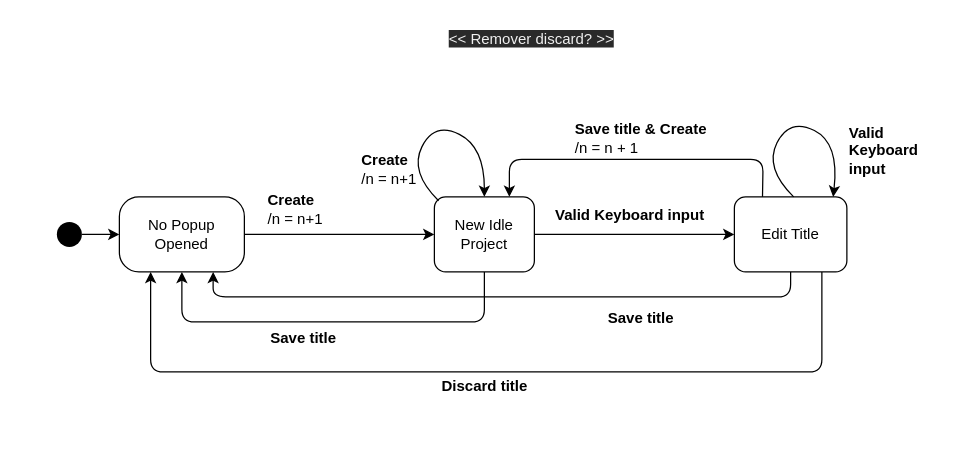
This is docs/04_assignment/schema/01_create_project/01_state_machine.drawio from Jumaruba/jtimesched, a draw.io file, before an edit. Source tidied: cells renumbered, new cells numbered last; positions are measured from the earlier drawing's top-left corner, leaving out a move shared by most shapes. Both pictures are drawn from the tidied source at 125%, with x=0, y=0 at pixel (40, 21).
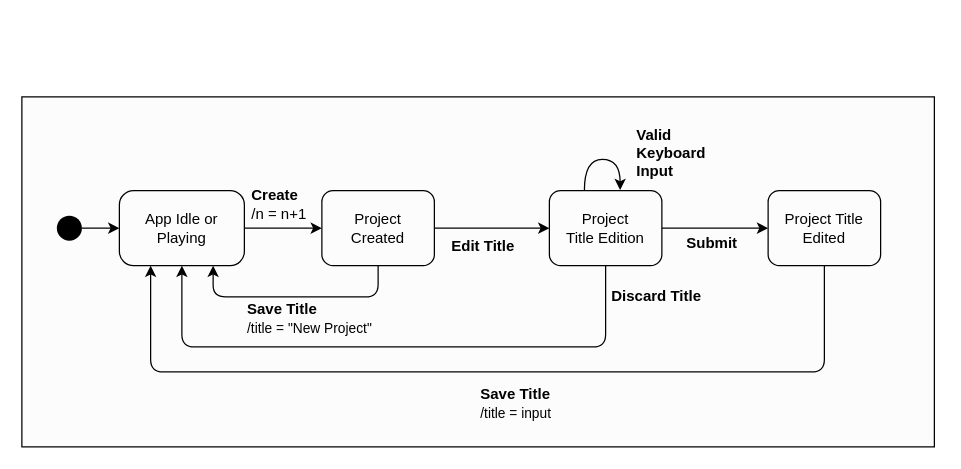
After the change.

The edit, as a diff of the source:
```diff
@@
-    <mxCell id="2" style="rounded=0;whiteSpace=wrap;html=1;fillColor=#FFFFFF;strokeColor=none;strokeWidth=0;" parent="1" vertex="1">
-      <mxGeometry y="60" width="720" height="250" as="geometry" />
-    </mxCell>
+    <mxCell id="25" style="rounded=0;whiteSpace=wrap;html=1;fillColor=#FCFCFC;" parent="1" vertex="1">
+      <mxGeometry x="-15" y="60" width="730" height="280" as="geometry" />
+    </mxCell>
-    <mxCell id="3" style="edgeStyle=none;html=1;fontColor=#000000;labelBorderColor=none;strokeColor=#000000;" parent="1" edge="1" source="13" target="6">
+    <mxCell id="3" style="edgeStyle=none;html=1;fontColor=#000000;labelBorderColor=none;strokeColor=#000000;" parent="1" edge="1" source="13" target="24">
       <mxGeometry relative="1" as="geometry" />
     </mxCell>
-    <mxCell id="4" style="edgeStyle=none;html=1;fontColor=#000000;labelBorderColor=none;strokeColor=#000000;" parent="1" edge="1" source="6" target="9">
-      <mxGeometry relative="1" as="geometry" />
-    </mxCell>
-    <mxCell id="5" style="edgeStyle=none;html=1;exitX=0.5;exitY=1;exitDx=0;exitDy=0;entryX=0.5;entryY=1;entryDx=0;entryDy=0;fontColor=#000000;labelBorderColor=none;strokeColor=#000000;" parent="1" edge="1" source="6" target="13">
-      <mxGeometry relative="1" as="geometry">
-        <Array as="points">
-          <mxPoint x="355" y="240" />
-          <mxPoint x="113" y="240" />
-        </Array>
-      </mxGeometry>
-    </mxCell>
-    <mxCell id="6" value="New Idle&lt;br&gt;Project" style="rounded=1;whiteSpace=wrap;html=1;fillColor=none;fontColor=#000000;strokeColor=#000000;" parent="1" vertex="1">
-      <mxGeometry x="315" y="140" width="80" height="60" as="geometry" />
-    </mxCell>
-    <mxCell id="7" style="edgeStyle=none;html=1;exitX=0.5;exitY=1;exitDx=0;exitDy=0;entryX=0.75;entryY=1;entryDx=0;entryDy=0;fontColor=#000000;labelBorderColor=none;strokeColor=#000000;" parent="1" edge="1" source="9" target="13">
-      <mxGeometry relative="1" as="geometry">
-        <Array as="points">
-          <mxPoint x="600" y="220" />
-          <mxPoint x="138" y="220" />
-        </Array>
-      </mxGeometry>
-    </mxCell>
-    <mxCell id="8" style="edgeStyle=none;html=1;exitX=0.25;exitY=0;exitDx=0;exitDy=0;entryX=0.75;entryY=0;entryDx=0;entryDy=0;fontColor=#000000;labelBorderColor=none;strokeColor=#000000;" parent="1" edge="1" source="9" target="6">
-      <mxGeometry relative="1" as="geometry">
-        <Array as="points">
-          <mxPoint x="578" y="110" />
-          <mxPoint x="375" y="110" />
-        </Array>
-      </mxGeometry>
-    </mxCell>
-    <mxCell id="9" value="Edit Title" style="rounded=1;whiteSpace=wrap;html=1;fillColor=none;fontColor=#000000;strokeColor=#000000;" parent="1" vertex="1">
-      <mxGeometry x="555" y="140" width="90" height="60" as="geometry" />
-    </mxCell>
-    <mxCell id="10" value="&lt;b&gt;Create&lt;/b&gt;&lt;br&gt;/n = n+1" style="text;html=1;align=left;verticalAlign=middle;strokeColor=none;fillColor=none;fontColor=#000000;" parent="1" vertex="1">
-      <mxGeometry x="180" y="135" width="60" height="30" as="geometry" />
-    </mxCell>
-    <mxCell id="11" value="&lt;b&gt;Valid Keyboard input&lt;/b&gt;" style="text;html=1;align=left;verticalAlign=middle;strokeColor=none;fillColor=none;fontColor=#000000;" parent="1" vertex="1">
-      <mxGeometry x="410" y="145" width="130" height="20" as="geometry" />
-    </mxCell>
-    <mxCell id="12" value="&lt;div style=&quot;text-align: left&quot;&gt;&lt;b&gt;Save title&lt;/b&gt;&lt;/div&gt;" style="text;html=1;align=center;verticalAlign=middle;strokeColor=none;fillColor=none;fontColor=#000000;" parent="1" vertex="1">
-      <mxGeometry x="445" y="227" width="70" height="20" as="geometry" />
-    </mxCell>
-    <mxCell id="13" value="No Popup Opened" style="rounded=1;whiteSpace=wrap;html=1;arcSize=26;fillColor=none;fontColor=#000000;strokeColor=#000000;" parent="1" vertex="1">
-      <mxGeometry x="63" y="140" width="100" height="60" as="geometry" />
+    <mxCell id="13" value="App Idle or Playing" style="rounded=1;whiteSpace=wrap;html=1;arcSize=19;fillColor=none;fontColor=#000000;strokeColor=#000000;" parent="1" vertex="1">
+      <mxGeometry x="63" y="135" width="100" height="60" as="geometry" />
     </mxCell>
@@
     <mxCell id="15" style="ellipse;fillColor=#000000;strokeColor=none;fontColor=#000000;" parent="1" vertex="1">
-      <mxGeometry x="13" y="160" width="20" height="20" as="geometry" />
+      <mxGeometry x="13" y="155" width="20" height="20" as="geometry" />
     </mxCell>
-    <mxCell id="16" style="curved=1;endArrow=classic;html=1;exitX=0.042;exitY=0.051;exitDx=0;exitDy=0;entryX=0.5;entryY=0;entryDx=0;entryDy=0;exitPerimeter=0;fontColor=#000000;labelBorderColor=none;strokeColor=#000000;" parent="1" edge="1" source="6" target="6">
-      <mxGeometry relative="1" as="geometry">
-        <Array as="points">
-          <mxPoint x="295" y="120" />
-          <mxPoint x="315" y="80" />
-          <mxPoint x="355" y="100" />
-        </Array>
-      </mxGeometry>
-    </mxCell>
     <mxCell id="17" value="&lt;b&gt;Create&lt;/b&gt;&lt;br&gt;&lt;div&gt;&lt;span&gt;/n = n+1&amp;nbsp;&lt;/span&gt;&lt;/div&gt;" style="text;html=1;align=left;verticalAlign=middle;strokeColor=none;fillColor=none;fontColor=#000000;" parent="1" vertex="1">
-      <mxGeometry x="255" y="103" width="60" height="30" as="geometry" />
+      <mxGeometry x="167" y="131" width="60" height="30" as="geometry" />
     </mxCell>
-    <mxCell id="18" value="&lt;div style=&quot;text-align: left&quot;&gt;&lt;b&gt;Save title&lt;/b&gt;&lt;/div&gt;" style="text;html=1;align=center;verticalAlign=middle;strokeColor=none;fillColor=none;fontColor=#000000;" parent="1" vertex="1">
-      <mxGeometry x="175" y="243" width="70" height="20" as="geometry" />
+    <mxCell id="18" value="&lt;div style=&quot;text-align: left&quot;&gt;&lt;br&gt;&lt;/div&gt;" style="text;html=1;align=center;verticalAlign=middle;strokeColor=none;fillColor=none;fontColor=#000000;" parent="1" vertex="1">
+      <mxGeometry x="370" y="300" width="20" height="20" as="geometry" />
     </mxCell>
-    <mxCell id="19" style="curved=1;endArrow=classic;html=1;exitX=0.042;exitY=0.051;exitDx=0;exitDy=0;entryX=0.5;entryY=0;entryDx=0;entryDy=0;exitPerimeter=0;fontColor=#000000;labelBorderColor=none;strokeColor=#000000;" parent="1" edge="1">
-      <mxGeometry relative="1" as="geometry">
-        <mxPoint x="602.4" y="140" as="sourcePoint" />
-        <mxPoint x="634" y="140" as="targetPoint" />
-        <Array as="points">
-          <mxPoint x="579" y="116.9" />
-          <mxPoint x="599" y="76.9" />
-          <mxPoint x="639" y="96.9" />
-        </Array>
-      </mxGeometry>
-    </mxCell>
-    <mxCell id="20" value="&lt;b&gt;Valid &lt;br&gt;Keyboard &lt;br&gt;input&lt;/b&gt;&lt;br&gt;&lt;div&gt;&lt;br&gt;&lt;/div&gt;" style="text;html=1;align=left;verticalAlign=middle;strokeColor=none;fillColor=none;fontColor=#000000;" parent="1" vertex="1">
-      <mxGeometry x="645" y="80" width="70" height="60" as="geometry" />
-    </mxCell>
-    <mxCell id="21" value="&lt;div style=&quot;text-align: left&quot;&gt;&lt;b&gt;Save title &amp;amp; Create&lt;/b&gt;&lt;/div&gt;&lt;span&gt;&lt;div style=&quot;text-align: left&quot;&gt;&lt;span&gt;/n = n + 1&lt;/span&gt;&lt;span&gt;&lt;br&gt;&lt;/span&gt;&lt;/div&gt;&lt;/span&gt;" style="text;html=1;align=center;verticalAlign=middle;strokeColor=none;fillColor=none;fontColor=#000000;" parent="1" vertex="1">
-      <mxGeometry x="420" y="78" width="120" height="30" as="geometry" />
-    </mxCell>
-    <mxCell id="22" style="edgeStyle=none;html=1;entryX=0.25;entryY=1;entryDx=0;entryDy=0;fontColor=#000000;labelBorderColor=none;strokeColor=#000000;" parent="1" edge="1" target="13">
-      <mxGeometry relative="1" as="geometry">
-        <mxPoint x="625" y="200" as="sourcePoint" />
-        <Array as="points">
-          <mxPoint x="625" y="280" />
-          <mxPoint x="365" y="280" />
-          <mxPoint x="88" y="280" />
-        </Array>
-      </mxGeometry>
-    </mxCell>
-    <mxCell id="23" value="&lt;div style=&quot;text-align: left&quot;&gt;&lt;b&gt;Discard title&lt;/b&gt;&lt;/div&gt;" style="text;html=1;align=center;verticalAlign=middle;strokeColor=none;fillColor=none;fontColor=#000000;" parent="1" vertex="1">
-      <mxGeometry x="315" y="282" width="80" height="20" as="geometry" />
+    <mxCell id="23" value="&lt;div style=&quot;text-align: left&quot;&gt;&lt;b&gt;Save Title&lt;br&gt;&lt;/b&gt;&lt;span style=&quot;font-size: 11px&quot;&gt;/title = &quot;New Project&quot;&lt;/span&gt;&lt;b&gt;&lt;br&gt;&lt;/b&gt;&lt;/div&gt;" style="text;html=1;align=center;verticalAlign=middle;strokeColor=none;fillColor=none;fontColor=#000000;" parent="1" vertex="1">
+      <mxGeometry x="155" y="222" width="120" height="30" as="geometry" />
     </mxCell>
+    <mxCell id="26" style="edgeStyle=none;html=1;strokeColor=#000000;" parent="1" edge="1" source="24" target="29">
+      <mxGeometry relative="1" as="geometry" />
+    </mxCell>
+    <mxCell id="27" style="edgeStyle=none;html=1;entryX=0.75;entryY=1;entryDx=0;entryDy=0;strokeColor=#000000;" parent="1" edge="1" source="24" target="13">
+      <mxGeometry relative="1" as="geometry">
+        <Array as="points">
+          <mxPoint x="270" y="220" />
+          <mxPoint x="138" y="220" />
+        </Array>
+      </mxGeometry>
+    </mxCell>
-    <mxCell id="24" value="&lt;span style=&quot;color: rgb(240, 240, 240); font-family: helvetica; font-size: 12px; font-style: normal; font-weight: 400; letter-spacing: normal; text-align: center; text-indent: 0px; text-transform: none; word-spacing: 0px; background-color: rgb(42, 42, 42); display: inline; float: none;&quot;&gt;&amp;lt;&amp;lt; Remover discard? &amp;gt;&amp;gt;&lt;/span&gt;" style="text;whiteSpace=wrap;html=1;" parent="1" vertex="1">
-      <mxGeometry x="325" width="150" height="30" as="geometry" />
+    <mxCell id="24" value="Project&lt;br&gt;Created" style="rounded=1;whiteSpace=wrap;html=1;fillColor=none;fontColor=#000000;strokeColor=#000000;" parent="1" vertex="1">
+      <mxGeometry x="225" y="135" width="90" height="60" as="geometry" />
     </mxCell>
+    <mxCell id="28" style="edgeStyle=none;html=1;strokeColor=#000000;" parent="1" edge="1" source="29" target="32">
+      <mxGeometry relative="1" as="geometry" />
+    </mxCell>
+    <mxCell id="29" value="Project&lt;br&gt;Title Edition" style="rounded=1;whiteSpace=wrap;html=1;fillColor=none;fontColor=#000000;strokeColor=#000000;" parent="1" vertex="1">
+      <mxGeometry x="407" y="135" width="90" height="60" as="geometry" />
+    </mxCell>
+    <mxCell id="30" style="edgeStyle=none;html=1;strokeColor=#000000;exitX=0.5;exitY=1;exitDx=0;exitDy=0;entryX=0.25;entryY=1;entryDx=0;entryDy=0;" parent="1" edge="1" source="32" target="13">
+      <mxGeometry relative="1" as="geometry">
+        <Array as="points">
+          <mxPoint x="627" y="280" />
+          <mxPoint x="88" y="280" />
+        </Array>
+      </mxGeometry>
+    </mxCell>
+    <mxCell id="31" style="edgeStyle=none;html=1;entryX=0.5;entryY=1;entryDx=0;entryDy=0;exitX=0.5;exitY=1;exitDx=0;exitDy=0;strokeColor=#000000;" parent="1" edge="1" source="29" target="13">
+      <mxGeometry relative="1" as="geometry">
+        <Array as="points">
+          <mxPoint x="452" y="260" />
+          <mxPoint x="113" y="260" />
+        </Array>
+      </mxGeometry>
+    </mxCell>
+    <mxCell id="32" value="Project Title Edited" style="rounded=1;whiteSpace=wrap;html=1;fillColor=none;fontColor=#000000;strokeColor=#000000;" parent="1" vertex="1">
+      <mxGeometry x="582" y="135" width="90" height="60" as="geometry" />
+    </mxCell>
+    <mxCell id="33" value="&lt;b&gt;Submit&lt;/b&gt;" style="text;html=1;align=left;verticalAlign=middle;strokeColor=none;fillColor=none;fontColor=#000000;" parent="1" vertex="1">
+      <mxGeometry x="515" y="167" width="60" height="20" as="geometry" />
+    </mxCell>
+    <mxCell id="34" style="edgeStyle=orthogonalEdgeStyle;html=1;strokeColor=#000000;entryX=0.629;entryY=-0.007;entryDx=0;entryDy=0;entryPerimeter=0;curved=1;" parent="1" edge="1" target="29">
+      <mxGeometry relative="1" as="geometry">
+        <mxPoint x="435" y="135" as="sourcePoint" />
+        <Array as="points">
+          <mxPoint x="435" y="110" />
+          <mxPoint x="464" y="110" />
+        </Array>
+      </mxGeometry>
+    </mxCell>
+    <mxCell id="35" value="&lt;b&gt;Valid &lt;br&gt;Keyboard &lt;br&gt;Input&lt;/b&gt;&lt;br&gt;&lt;div&gt;&lt;br&gt;&lt;/div&gt;" style="text;html=1;align=left;verticalAlign=middle;strokeColor=none;fillColor=none;fontColor=#000000;" parent="1" vertex="1">
+      <mxGeometry x="475" y="82" width="70" height="60" as="geometry" />
+    </mxCell>
+    <mxCell id="9" value="&lt;b&gt;Edit Title&lt;br&gt;&lt;/b&gt;" style="text;html=1;align=left;verticalAlign=middle;points=[];strokeColor=none;fillColor=none;fontColor=#000000;" parent="1" vertex="1">
+      <mxGeometry x="327" y="170" width="70" height="20" as="geometry" />
+    </mxCell>
+    <mxCell id="36" value="&lt;b&gt;Discard Title&lt;/b&gt;" style="text;html=1;align=left;verticalAlign=middle;strokeColor=none;fillColor=none;fontColor=#000000;" parent="1" vertex="1">
+      <mxGeometry x="455" y="210" width="90" height="20" as="geometry" />
+    </mxCell>
+    <mxCell id="37" value="&lt;div style=&quot;text-align: left&quot;&gt;&lt;b&gt;Save Title&lt;br&gt;&lt;/b&gt;&lt;span style=&quot;font-size: 11px&quot;&gt;/title = input&lt;/span&gt;&lt;b&gt;&lt;br&gt;&lt;/b&gt;&lt;/div&gt;" style="text;html=1;align=center;verticalAlign=middle;strokeColor=none;fillColor=none;fontColor=#000000;" parent="1" vertex="1">
+      <mxGeometry x="345" y="290" width="70" height="30" as="geometry" />
+    </mxCell>
```
